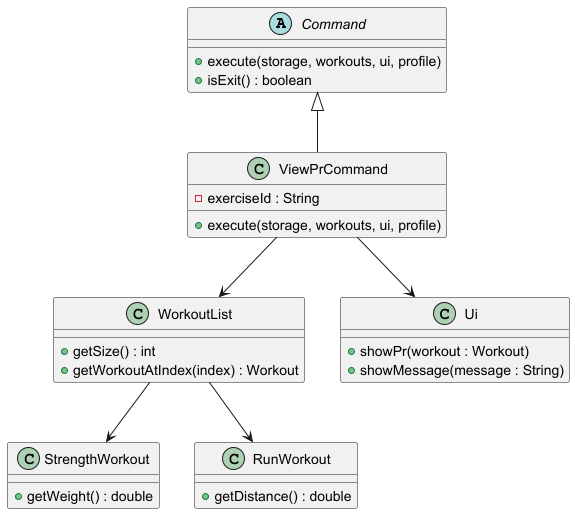
The PlantUML diagram docs/images/ViewPrClassDiagram.png in AY2526S2-CS2113-F09-1/tp, before a commit.
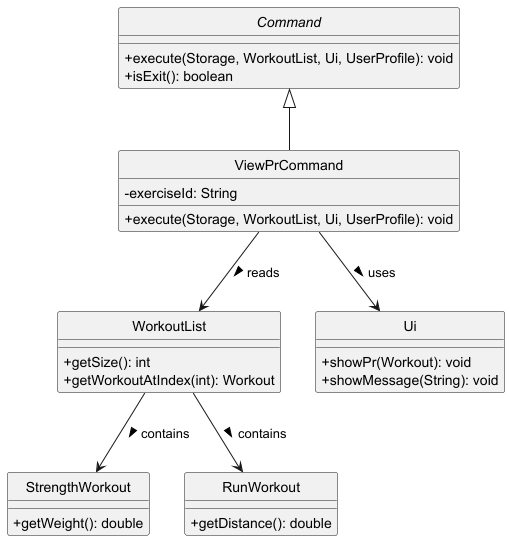
The same diagram one commit later.

The edit, as a diff of the source:
```diff
@@ -1,35 +1,38 @@
 @startuml
+hide circle
+skinparam classAttributeIconSize 0
+
 abstract class Command {
-    +execute(storage, workouts, ui, profile)
-    +isExit() : boolean
+    + execute(Storage, WorkoutList, Ui, UserProfile): void
+    + isExit(): boolean
 }
 
 class ViewPrCommand {
-    -exerciseId : String
-    +execute(storage, workouts, ui, profile)
+    - exerciseId: String
+    + execute(Storage, WorkoutList, Ui, UserProfile): void
 }
 
 class WorkoutList {
-    +getSize() : int
-    +getWorkoutAtIndex(index) : Workout
+    + getSize(): int
+    + getWorkoutAtIndex(int): Workout
 }
 
 class StrengthWorkout {
-    +getWeight() : double
+    + getWeight(): double
 }
 
 class RunWorkout {
-    +getDistance() : double
+    + getDistance(): double
 }
 
 class Ui {
-    +showPr(workout : Workout)
-    +showMessage(message : String)
+    + showPr(Workout): void
+    + showMessage(String): void
 }
 
 Command <|-- ViewPrCommand
-ViewPrCommand --> WorkoutList
-ViewPrCommand --> Ui
-WorkoutList --> StrengthWorkout
-WorkoutList --> RunWorkout
+ViewPrCommand --> WorkoutList : reads >
+ViewPrCommand --> Ui : uses >
+WorkoutList --> StrengthWorkout : contains >
+WorkoutList --> RunWorkout : contains >
 @enduml
```
